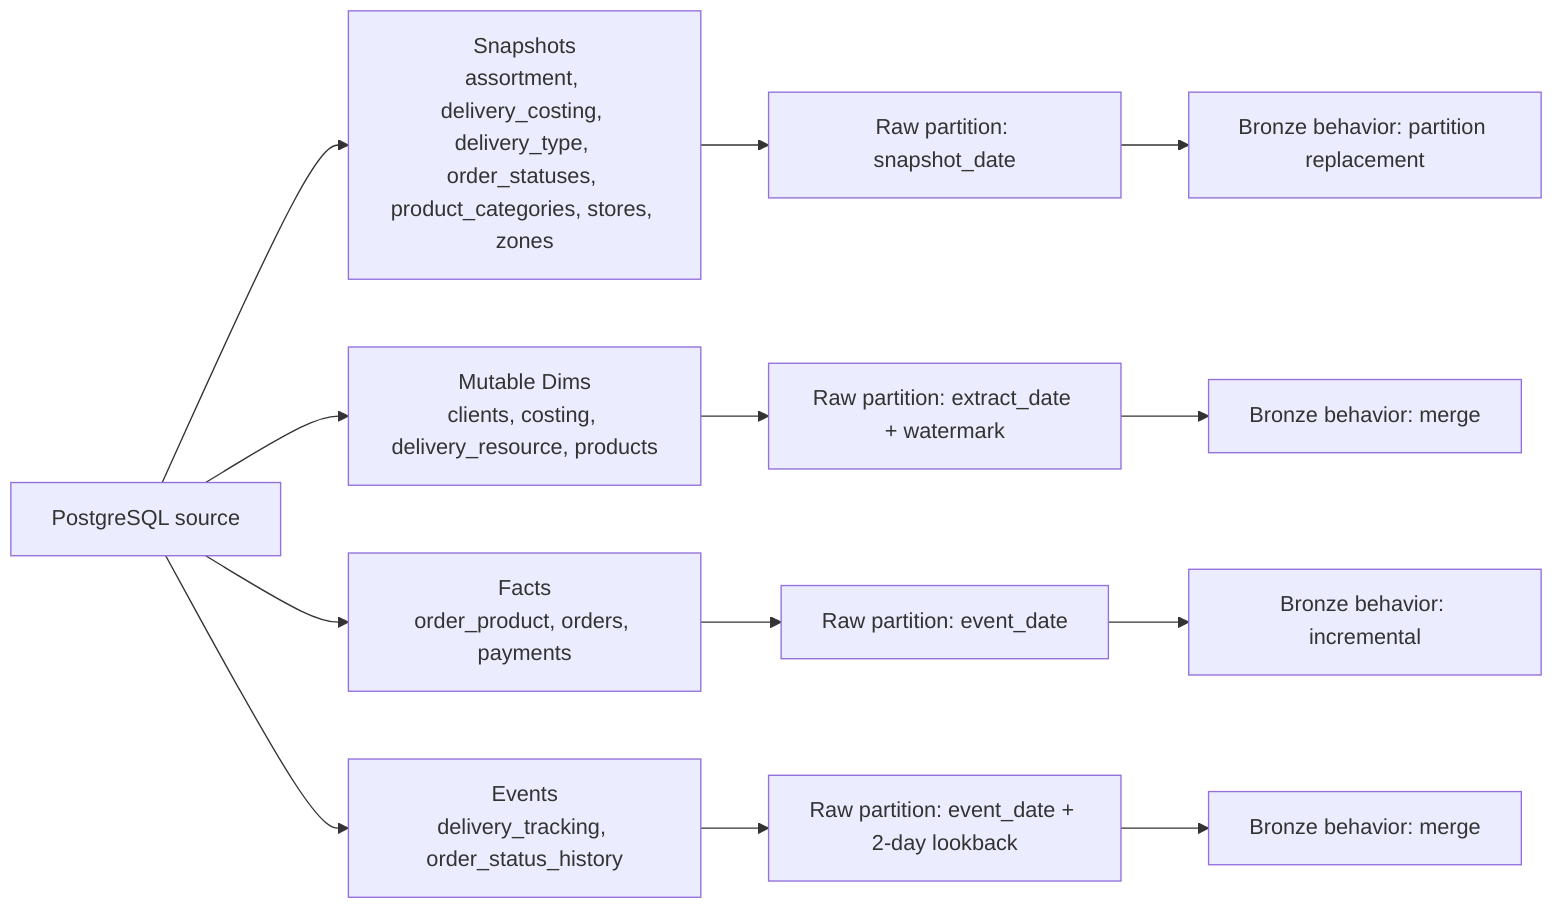
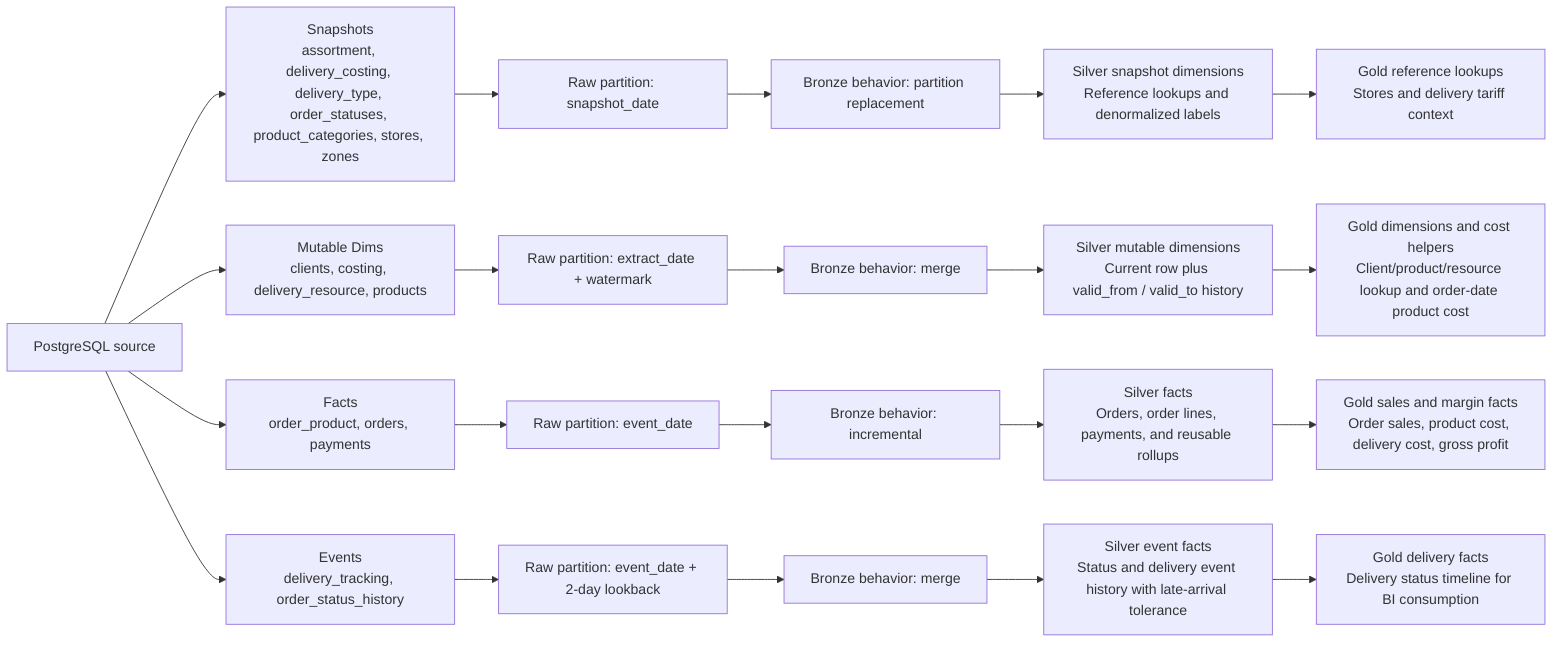
flowchart LR
    PG["PostgreSQL source"]
    G_SNAPSHOTS["Snapshots<br/>assortment, delivery_costing, delivery_type, order_statuses, product_categories, stores, zones"]
    G_SNAPSHOTS_RAW["Raw partition: snapshot_date"]
    G_SNAPSHOTS_BRONZE["Bronze behavior: partition replacement"]
-     PG --> G_SNAPSHOTS --> G_SNAPSHOTS_RAW --> G_SNAPSHOTS_BRONZE
+     G_SNAPSHOTS_SILVER["Silver snapshot dimensions<br/>Reference lookups and denormalized labels"]
+     G_SNAPSHOTS_GOLD["Gold reference lookups<br/>Stores and delivery tariff context"]
+     PG --> G_SNAPSHOTS --> G_SNAPSHOTS_RAW --> G_SNAPSHOTS_BRONZE --> G_SNAPSHOTS_SILVER --> G_SNAPSHOTS_GOLD
    G_MUTABLE_DIMS["Mutable Dims<br/>clients, costing, delivery_resource, products"]
    G_MUTABLE_DIMS_RAW["Raw partition: extract_date + watermark"]
    G_MUTABLE_DIMS_BRONZE["Bronze behavior: merge"]
-     PG --> G_MUTABLE_DIMS --> G_MUTABLE_DIMS_RAW --> G_MUTABLE_DIMS_BRONZE
+     G_MUTABLE_DIMS_SILVER["Silver mutable dimensions<br/>Current row plus valid_from / valid_to history"]
+     G_MUTABLE_DIMS_GOLD["Gold dimensions and cost helpers<br/>Client/product/resource lookup and order-date product cost"]
+     PG --> G_MUTABLE_DIMS --> G_MUTABLE_DIMS_RAW --> G_MUTABLE_DIMS_BRONZE --> G_MUTABLE_DIMS_SILVER --> G_MUTABLE_DIMS_GOLD
    G_FACTS["Facts<br/>order_product, orders, payments"]
    G_FACTS_RAW["Raw partition: event_date"]
    G_FACTS_BRONZE["Bronze behavior: incremental"]
-     PG --> G_FACTS --> G_FACTS_RAW --> G_FACTS_BRONZE
+     G_FACTS_SILVER["Silver facts<br/>Orders, order lines, payments, and reusable rollups"]
+     G_FACTS_GOLD["Gold sales and margin facts<br/>Order sales, product cost, delivery cost, gross profit"]
+     PG --> G_FACTS --> G_FACTS_RAW --> G_FACTS_BRONZE --> G_FACTS_SILVER --> G_FACTS_GOLD
    G_EVENTS["Events<br/>delivery_tracking, order_status_history"]
    G_EVENTS_RAW["Raw partition: event_date + 2-day lookback"]
    G_EVENTS_BRONZE["Bronze behavior: merge"]
-     PG --> G_EVENTS --> G_EVENTS_RAW --> G_EVENTS_BRONZE
+     G_EVENTS_SILVER["Silver event facts<br/>Status and delivery event history with late-arrival tolerance"]
+     G_EVENTS_GOLD["Gold delivery facts<br/>Delivery status timeline for BI consumption"]
+     PG --> G_EVENTS --> G_EVENTS_RAW --> G_EVENTS_BRONZE --> G_EVENTS_SILVER --> G_EVENTS_GOLD
